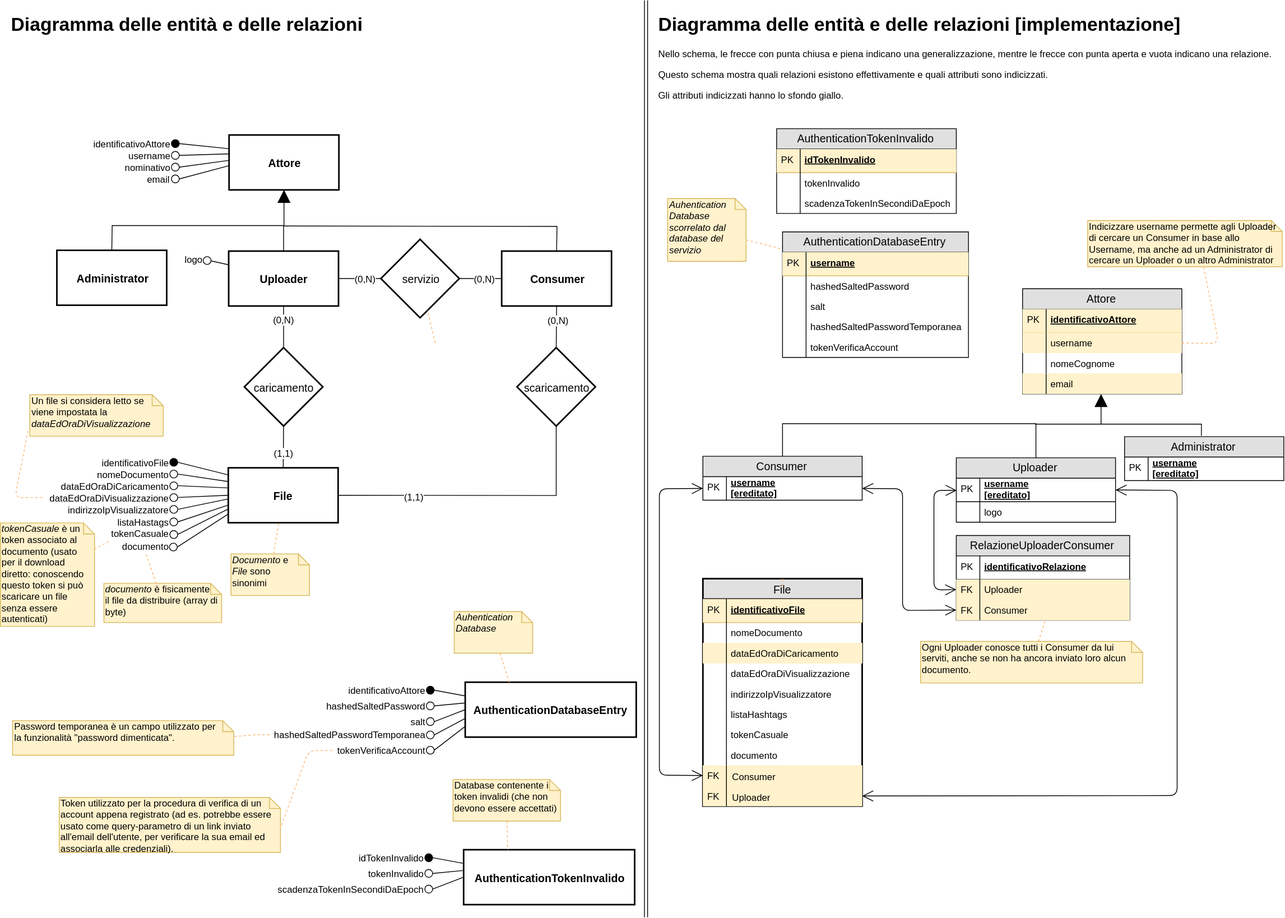
Above: __EXTRA__/algoritmi schemi e note progettuali/diagramma ER/diagramma_er.svg in matteoferfoglia/progetto-progrweb-2020 (draw.io), before the change. Source tidied: cells renumbered, new cells last; positions are measured from the earlier drawing's top-left corner, leaving out a move shared by most shapes.
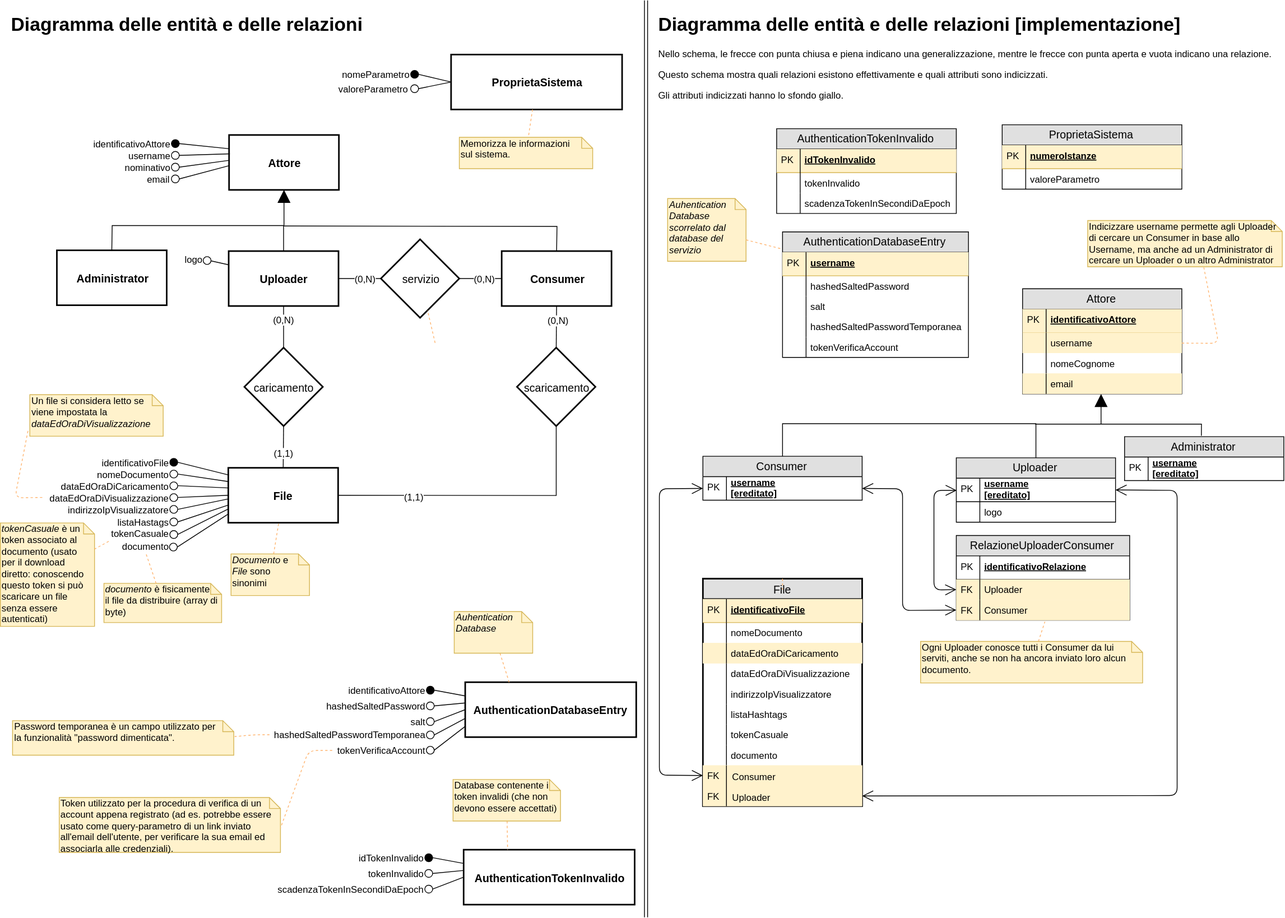
Later version of the same file.

Commit message:
Aggiunta entità coi parametri di sistema. Ora è possibile capire se l'applicazione viene avviata per la prima volta grazie a tale entità.

The edit, as a diff of the source:
```diff
@@ -883,5 +883,83 @@
     <mxCell id="266" style="shape=partialRectangle;top=0;left=0;bottom=0;fillColor=none;align=left;verticalAlign=top;spacingLeft=4;spacingRight=4;overflow=hidden;fontSize=12;" parent="265" vertex="1">
       <mxGeometry width="30" height="26" as="geometry" />
     </mxCell>
+    <mxCell id="267" value="ProprietaSistema" style="strokeWidth=2;whiteSpace=wrap;html=1;align=center;fontSize=14;fontStyle=1;" parent="1" vertex="1">
+      <mxGeometry x="574.5" y="69" width="218" height="70" as="geometry" />
+    </mxCell>
+    <mxCell id="268" style="group;" parent="1" vertex="1">
+      <mxGeometry x="411" y="84" width="122" height="20" as="geometry" />
+    </mxCell>
+    <mxCell id="269" style="group;" parent="268" vertex="1">
+      <mxGeometry x="112" y="5.2" width="10" height="10" as="geometry" />
+    </mxCell>
+    <mxCell id="270" style="ellipse;whiteSpace=wrap;html=1;labelBackgroundColor=#000000;fillColor=#000000;" parent="269" vertex="1">
+      <mxGeometry width="10" height="10" as="geometry" />
+    </mxCell>
+    <mxCell id="271" value="&lt;span&gt;nomeParametro&lt;/span&gt;" style="text;html=1;strokeColor=none;fillColor=none;align=right;verticalAlign=middle;whiteSpace=wrap;rounded=0;labelBackgroundColor=none;" parent="268" vertex="1">
+      <mxGeometry width="112" height="20" as="geometry" />
+    </mxCell>
+    <mxCell id="272" style="group;" parent="1" vertex="1">
+      <mxGeometry x="423" y="89" width="112" height="20" as="geometry" />
+    </mxCell>
+    <mxCell id="273" style="group;" parent="272" vertex="1">
+      <mxGeometry x="102" y="5.2" width="10" height="10" as="geometry" />
+    </mxCell>
+    <mxCell id="274" style="group;" parent="273" vertex="1">
+      <mxGeometry width="10" height="10" as="geometry" />
+    </mxCell>
+    <mxCell id="275" style="group;" parent="1" vertex="1">
+      <mxGeometry x="423" y="109" width="112" height="20" as="geometry" />
+    </mxCell>
+    <mxCell id="276" style="group;" parent="275" vertex="1">
+      <mxGeometry x="102" y="5.2" width="10" height="10" as="geometry" />
+    </mxCell>
+    <mxCell id="277" style="group;" parent="276" vertex="1">
+      <mxGeometry width="10" height="10" as="geometry" />
+    </mxCell>
+    <mxCell id="278" style="endArrow=none;html=1;strokeWidth=1;exitX=1;exitY=0.5;exitDx=0;exitDy=0;entryX=0;entryY=0.5;entryDx=0;entryDy=0;" parent="1" edge="1" source="270" target="267">
+      <mxGeometry relative="1" as="geometry" />
+    </mxCell>
+    <mxCell id="279" style="group;" parent="1" vertex="1">
+      <mxGeometry x="423" y="126" width="112" height="20" as="geometry" />
+    </mxCell>
+    <mxCell id="280" style="group;" parent="279" vertex="1">
+      <mxGeometry x="102" y="5.2" width="10" height="10" as="geometry" />
+    </mxCell>
+    <mxCell id="281" style="group;" parent="280" vertex="1">
+      <mxGeometry width="10" height="10" as="geometry" />
+    </mxCell>
+    <mxCell id="282" style="group;fontStyle=1;" parent="1" vertex="1">
+      <mxGeometry x="585" y="174.5" width="170" height="53" as="geometry" />
+    </mxCell>
+    <mxCell id="283" value="Memorizza le informazioni&lt;br&gt;sul sistema." style="shape=note;whiteSpace=wrap;html=1;size=14;verticalAlign=top;align=left;spacingTop=-6;fillColor=#fff2cc;strokeColor=#d6b656;" parent="282" vertex="1">
+      <mxGeometry width="170" height="40" as="geometry" />
+    </mxCell>
+    <mxCell id="284" style="endArrow=none;dashed=1;html=1;strokeColor=#FFB570;fillColor=#ffcc99;" parent="1" edge="1" source="267" target="283">
+      <mxGeometry relative="1" as="geometry" />
+    </mxCell>
+    <mxCell id="285" value="ProprietaSistema" style="swimlane;fontStyle=0;horizontal=1;startSize=26;fillColor=#e0e0e0;swimlaneFillColor=#ffffff;align=center;fontSize=14;" parent="1" vertex="1">
+      <mxGeometry x="1277" y="158.5" width="229" height="82" as="geometry" />
+    </mxCell>
+    <mxCell id="286" value="numeroIstanze" style="shape=partialRectangle;top=0;left=0;right=0;bottom=1;align=left;verticalAlign=middle;fillColor=#FFF2CC;spacingLeft=34;spacingRight=4;overflow=hidden;fontStyle=5;fontSize=12;strokeColor=#D6B656;" parent="285" vertex="1">
+      <mxGeometry y="26" width="229" height="30" as="geometry" />
+    </mxCell>
+    <mxCell id="287" value="PK" style="shape=partialRectangle;top=0;left=0;bottom=0;fillColor=none;align=left;verticalAlign=middle;spacingLeft=4;spacingRight=4;overflow=hidden;fontSize=12;" parent="286" vertex="1">
+      <mxGeometry width="30" height="30" as="geometry" />
+    </mxCell>
+    <mxCell id="288" value="valoreParametro" style="shape=partialRectangle;top=0;left=0;right=0;bottom=0;align=left;verticalAlign=top;fillColor=none;spacingLeft=34;spacingRight=4;overflow=hidden;fontSize=12;" parent="285" vertex="1">
+      <mxGeometry y="56" width="229" height="26" as="geometry" />
+    </mxCell>
+    <mxCell id="289" style="shape=partialRectangle;top=0;left=0;bottom=0;fillColor=none;align=left;verticalAlign=top;spacingLeft=4;spacingRight=4;overflow=hidden;fontSize=12;" parent="288" vertex="1">
+      <mxGeometry width="30" height="26" as="geometry" />
+    </mxCell>
+    <mxCell id="290" style="ellipse;whiteSpace=wrap;html=1;" parent="1" vertex="1">
+      <mxGeometry x="523" y="107.5" width="10" height="10" as="geometry" />
+    </mxCell>
+    <mxCell id="291" style="endArrow=none;html=1;strokeWidth=1;entryX=0;entryY=0.5;entryDx=0;entryDy=0;exitX=1;exitY=0.5;exitDx=0;exitDy=0;" parent="1" edge="1" source="290" target="267">
+      <mxGeometry relative="1" as="geometry" />
+    </mxCell>
+    <mxCell id="292" value="&lt;span&gt;valoreParametro&lt;/span&gt;" style="text;html=1;strokeColor=none;fillColor=none;align=right;verticalAlign=middle;whiteSpace=wrap;rounded=0;labelBackgroundColor=none;" parent="1" vertex="1">
+      <mxGeometry x="411" y="102.5" width="110" height="20" as="geometry" />
+    </mxCell>
   </root>
 </mxGraphModel>
```
